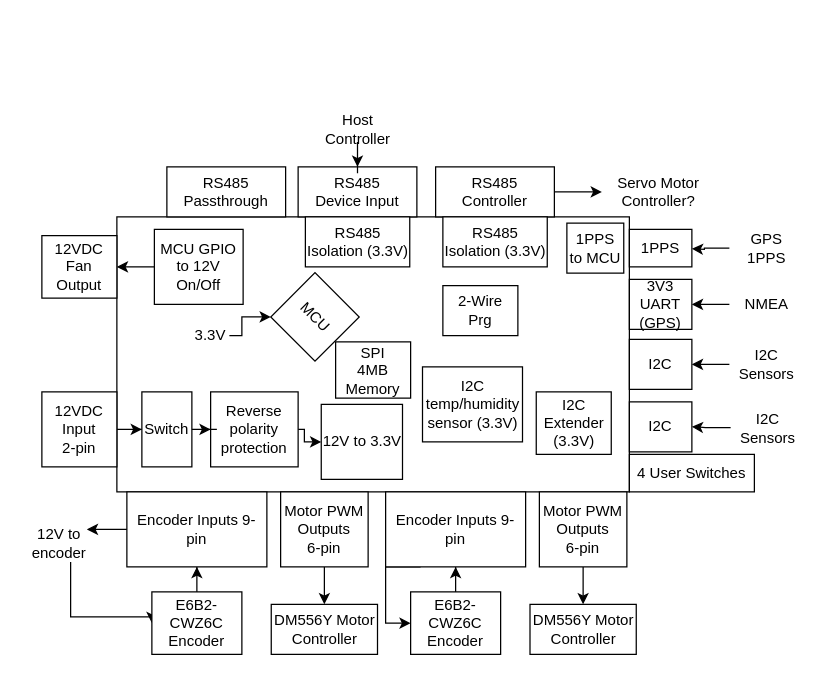
Above: jrdish_axis_controller/docs/board_diagram.drawio in jrseti/pcbs (draw.io), before the change. Source tidied: cells renumbered, new cells numbered last; positions are measured from the earlier drawing's top-left corner, leaving out a move shared by most shapes. Both pictures are drawn from the tidied source at 125%, with x=0, y=0 at pixel (21, 110).
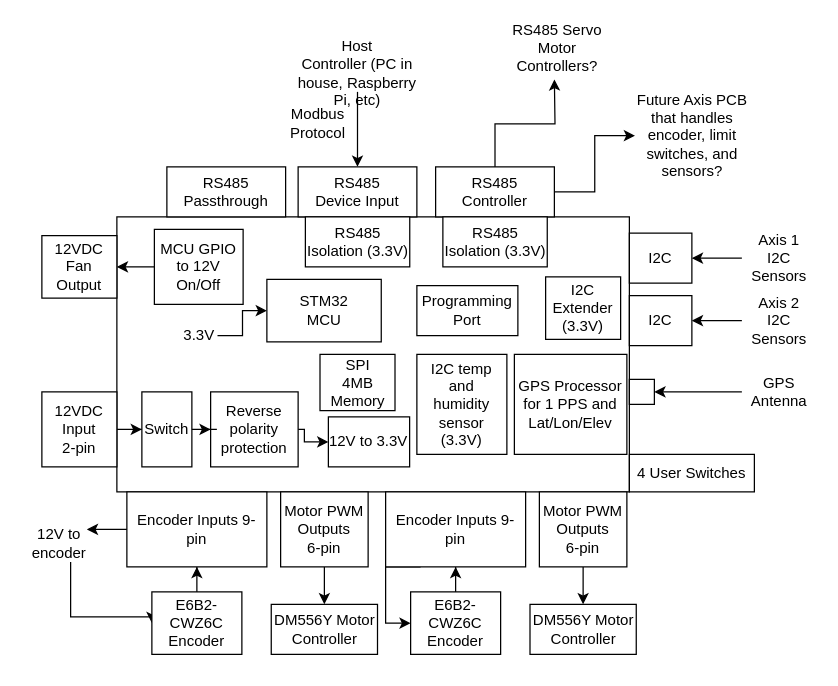
The same diagram, later.

Unchanged cells that the change refers to:
```xml
<mxCell id="39" value="RS485&lt;div&gt;Controller&lt;/div&gt;" style="rounded=0;whiteSpace=wrap;html=1;" parent="1" vertex="1">
  <mxGeometry x="331" y="45" width="95" height="40" as="geometry" />
</mxCell>
```

Diff of the diagram source:
```diff
@@
-    <mxCell id="9" value="MCU" style="whiteSpace=wrap;html=1;rotation=45;" parent="1" vertex="1">
-      <mxGeometry x="209.5" y="140" width="50" height="50" as="geometry" />
-    </mxCell>
     <mxCell id="10" value="I2C" style="rounded=0;whiteSpace=wrap;html=1;" parent="1" vertex="1">
-      <mxGeometry x="486" y="183" width="50" height="40" as="geometry" />
+      <mxGeometry x="486" y="98" width="50" height="40" as="geometry" />
     </mxCell>
-    <mxCell id="11" value="2-Wire&lt;div&gt;Prg&lt;/div&gt;" style="rounded=0;whiteSpace=wrap;html=1;" parent="1" vertex="1">
-      <mxGeometry x="336.8" y="140" width="60" height="40" as="geometry" />
+    <mxCell id="11" value="Programming Port" style="rounded=0;whiteSpace=wrap;html=1;" parent="1" vertex="1">
+      <mxGeometry x="316" y="140" width="80.8" height="40" as="geometry" />
     </mxCell>
@@
     <mxCell id="15" value="12V to 3.3V" style="rounded=0;whiteSpace=wrap;html=1;" parent="1" vertex="1">
-      <mxGeometry x="239.5" y="235" width="65" height="60" as="geometry" />
+      <mxGeometry x="245.2" y="245" width="65" height="40" as="geometry" />
     </mxCell>
     <mxCell id="16" value="I2C" style="rounded=0;whiteSpace=wrap;html=1;" parent="1" vertex="1">
-      <mxGeometry x="486" y="233" width="50" height="40" as="geometry" />
+      <mxGeometry x="486" y="148" width="50" height="40" as="geometry" />
     </mxCell>
     <mxCell id="17" value="I2C&lt;div&gt;Extender (3.3V)&lt;/div&gt;" style="rounded=0;whiteSpace=wrap;html=1;" parent="1" vertex="1">
-      <mxGeometry x="411.5" y="225" width="60" height="50" as="geometry" />
+      <mxGeometry x="419" y="133" width="60" height="50" as="geometry" />
     </mxCell>
-    <mxCell id="18" value="I2C temp/humidity&lt;div&gt;sensor (3.3V)&lt;/div&gt;" style="rounded=0;whiteSpace=wrap;html=1;" parent="1" vertex="1">
-      <mxGeometry x="320.5" y="205" width="80" height="60" as="geometry" />
+    <mxCell id="18" value="I2C temp and&lt;div&gt;humidity&lt;div&gt;sensor (3.3V)&lt;/div&gt;&lt;/div&gt;" style="rounded=0;whiteSpace=wrap;html=1;" parent="1" vertex="1">
+      <mxGeometry x="316" y="195" width="72" height="80" as="geometry" />
     </mxCell>
     <mxCell id="19" value="SPI&lt;div&gt;4MB&lt;/div&gt;&lt;div&gt;Memory&lt;/div&gt;" style="rounded=0;whiteSpace=wrap;html=1;" parent="1" vertex="1">
-      <mxGeometry x="251" y="185" width="60" height="45" as="geometry" />
+      <mxGeometry x="238.5" y="195" width="60" height="45" as="geometry" />
     </mxCell>
@@
-    <mxCell id="27" value="I2C&lt;div&gt;Sensors&lt;/div&gt;" style="text;html=1;whiteSpace=wrap;strokeColor=none;fillColor=none;align=center;verticalAlign=middle;rounded=0;" parent="1" vertex="1">
-      <mxGeometry x="566" y="188" width="60" height="30" as="geometry" />
+    <mxCell id="27" value="Axis 1&lt;div&gt;I2C&lt;div&gt;Sensors&lt;/div&gt;&lt;/div&gt;" style="text;html=1;whiteSpace=wrap;strokeColor=none;fillColor=none;align=center;verticalAlign=middle;rounded=0;" parent="1" vertex="1">
+      <mxGeometry x="576" y="103" width="60" height="30" as="geometry" />
     </mxCell>
@@
-    <mxCell id="29" value="I2C&lt;div&gt;Sensors&lt;/div&gt;" style="text;html=1;whiteSpace=wrap;strokeColor=none;fillColor=none;align=center;verticalAlign=middle;rounded=0;" parent="1" vertex="1">
-      <mxGeometry x="567" y="238.5" width="60" height="30" as="geometry" />
+    <mxCell id="29" value="Axis 2&lt;div&gt;I2C Sensors&lt;/div&gt;" style="text;html=1;whiteSpace=wrap;strokeColor=none;fillColor=none;align=center;verticalAlign=middle;rounded=0;" parent="1" vertex="1">
+      <mxGeometry x="576" y="153" width="60" height="30" as="geometry" />
     </mxCell>
@@
-    <mxCell id="36" style="edgeStyle=orthogonalEdgeStyle;rounded=0;jettySize=auto;html=1;entryX=0;entryY=1;entryDx=0;entryDy=0;" parent="1" edge="1" source="37" target="9">
-      <mxGeometry relative="1" as="geometry">
-        <Array as="points">
-          <mxPoint x="176" y="180" />
-          <mxPoint x="176" y="165" />
-          <mxPoint x="199" y="165" />
-        </Array>
-      </mxGeometry>
-    </mxCell>
+    <mxCell id="60" style="edgeStyle=orthogonalEdgeStyle;rounded=0;jettySize=auto;html=1;entryX=0;entryY=0.5;entryDx=0;entryDy=0;" parent="1" edge="1" source="37" target="63">
+      <mxGeometry relative="1" as="geometry" />
+    </mxCell>
     <mxCell id="37" value="3.3V" style="text;html=1;whiteSpace=wrap;strokeColor=none;fillColor=none;align=center;verticalAlign=middle;rounded=0;" parent="1" vertex="1">
-      <mxGeometry x="136" y="165" width="30" height="30" as="geometry" />
+      <mxGeometry x="126.5" y="165" width="30" height="30" as="geometry" />
     </mxCell>
-    <mxCell id="38" style="edgeStyle=orthogonalEdgeStyle;rounded=0;jettySize=auto;html=1;" parent="1" edge="1" source="39" target="44">
-      <mxGeometry relative="1" as="geometry" />
-    </mxCell>
+    <mxCell id="61" style="edgeStyle=orthogonalEdgeStyle;rounded=0;jettySize=auto;html=1;entryX=0;entryY=0.5;entryDx=0;entryDy=0;" parent="1" edge="1" source="39" target="68">
+      <mxGeometry relative="1" as="geometry" />
+    </mxCell>
+    <mxCell id="62" style="edgeStyle=orthogonalEdgeStyle;rounded=0;jettySize=auto;html=1;" parent="1" edge="1" source="39">
+      <mxGeometry relative="1" as="geometry">
+        <mxPoint x="426" y="-25" as="targetPoint" />
+      </mxGeometry>
+    </mxCell>
@@
-    <mxCell id="40" value="3V3 UART&lt;div&gt;(GPS)&lt;/div&gt;" style="rounded=0;whiteSpace=wrap;html=1;" parent="1" vertex="1">
-      <mxGeometry x="486" y="135" width="50" height="40" as="geometry" />
-    </mxCell>
-    <mxCell id="41" value="1PPS" style="rounded=0;whiteSpace=wrap;html=1;" parent="1" vertex="1">
-      <mxGeometry x="486" y="95" width="50" height="30" as="geometry" />
-    </mxCell>
-    <mxCell id="42" value="1PPS&lt;div&gt;to MCU&lt;/div&gt;" style="rounded=0;whiteSpace=wrap;html=1;" parent="1" vertex="1">
-      <mxGeometry x="436" y="90" width="45.5" height="40" as="geometry" />
-    </mxCell>
@@
-    <mxCell id="44" value="Servo Motor&lt;div&gt;Controller?&lt;/div&gt;" style="text;html=1;whiteSpace=wrap;strokeColor=none;fillColor=none;align=center;verticalAlign=middle;rounded=0;" parent="1" vertex="1">
-      <mxGeometry x="464" y="50" width="91" height="30" as="geometry" />
+    <mxCell id="44" value="RS485 Servo Motor&lt;div&gt;Controllers?&lt;/div&gt;" style="text;html=1;whiteSpace=wrap;strokeColor=none;fillColor=none;align=center;verticalAlign=middle;rounded=0;" parent="1" vertex="1">
+      <mxGeometry x="383" y="-65" width="91" height="30" as="geometry" />
     </mxCell>
-    <mxCell id="45" style="edgeStyle=orthogonalEdgeStyle;rounded=0;jettySize=auto;html=1;entryX=1;entryY=0.5;entryDx=0;entryDy=0;" parent="1" edge="1" source="46" target="40">
-      <mxGeometry relative="1" as="geometry" />
-    </mxCell>
-    <mxCell id="46" value="NMEA" style="text;html=1;whiteSpace=wrap;strokeColor=none;fillColor=none;align=center;verticalAlign=middle;rounded=0;" parent="1" vertex="1">
-      <mxGeometry x="566" y="140" width="60" height="30" as="geometry" />
-    </mxCell>
-    <mxCell id="47" style="edgeStyle=orthogonalEdgeStyle;rounded=0;jettySize=auto;html=1;entryX=1;entryY=0.25;entryDx=0;entryDy=0;" parent="1" edge="1" source="48">
-      <mxGeometry relative="1" as="geometry">
-        <mxPoint x="536" y="110.5" as="targetPoint" />
-      </mxGeometry>
-    </mxCell>
-    <mxCell id="48" value="GPS&lt;div&gt;1PPS&lt;/div&gt;" style="text;html=1;whiteSpace=wrap;strokeColor=none;fillColor=none;align=center;verticalAlign=middle;rounded=0;" parent="1" vertex="1">
-      <mxGeometry x="566" y="95" width="60" height="30" as="geometry" />
-    </mxCell>
@@
-    <mxCell id="50" value="Host&lt;div&gt;Controller&lt;/div&gt;" style="text;html=1;whiteSpace=wrap;strokeColor=none;fillColor=none;align=center;verticalAlign=middle;rounded=0;" parent="1" vertex="1">
-      <mxGeometry x="238.5" width="60" height="30" as="geometry" />
+    <mxCell id="50" value="Host&lt;div&gt;Controller (PC in house, Raspberry Pi, etc)&lt;/div&gt;" style="text;html=1;whiteSpace=wrap;strokeColor=none;fillColor=none;align=center;verticalAlign=middle;rounded=0;" parent="1" vertex="1">
+      <mxGeometry x="212.2" y="-45" width="112.5" height="30" as="geometry" />
     </mxCell>
@@
+    <mxCell id="63" value="STM32&lt;div&gt;MCU&lt;/div&gt;" style="rounded=0;whiteSpace=wrap;html=1;" parent="1" vertex="1">
+      <mxGeometry x="196" y="135" width="91.5" height="50" as="geometry" />
+    </mxCell>
+    <mxCell id="64" value="GPS Processor for 1 PPS and&lt;div&gt;Lat/Lon/Elev&lt;/div&gt;" style="rounded=0;whiteSpace=wrap;html=1;" parent="1" vertex="1">
+      <mxGeometry x="394" y="195" width="90" height="80" as="geometry" />
+    </mxCell>
+    <mxCell id="65" style="rounded=0;whiteSpace=wrap;html=1;" parent="1" vertex="1">
+      <mxGeometry x="486" y="215" width="20" height="20" as="geometry" />
+    </mxCell>
+    <mxCell id="66" style="edgeStyle=orthogonalEdgeStyle;rounded=0;jettySize=auto;html=1;entryX=1;entryY=0.5;entryDx=0;entryDy=0;" parent="1" edge="1" source="67" target="65">
+      <mxGeometry relative="1" as="geometry" />
+    </mxCell>
+    <mxCell id="67" value="GPS Antenna" style="text;html=1;whiteSpace=wrap;strokeColor=none;fillColor=none;align=center;verticalAlign=middle;rounded=0;" parent="1" vertex="1">
+      <mxGeometry x="576" y="210" width="60" height="30" as="geometry" />
+    </mxCell>
+    <mxCell id="68" value="Future Axis PCB that handles encoder, limit switches, and sensors?" style="text;html=1;whiteSpace=wrap;strokeColor=none;fillColor=none;align=center;verticalAlign=middle;rounded=0;" parent="1" vertex="1">
+      <mxGeometry x="490.5" y="5" width="91" height="30" as="geometry" />
+    </mxCell>
+    <mxCell id="69" value="Modbus&lt;div&gt;Protocol&lt;/div&gt;" style="text;html=1;whiteSpace=wrap;strokeColor=none;fillColor=none;align=center;verticalAlign=middle;rounded=0;" parent="1" vertex="1">
+      <mxGeometry x="207" y="-5" width="60" height="30" as="geometry" />
+    </mxCell>
```
